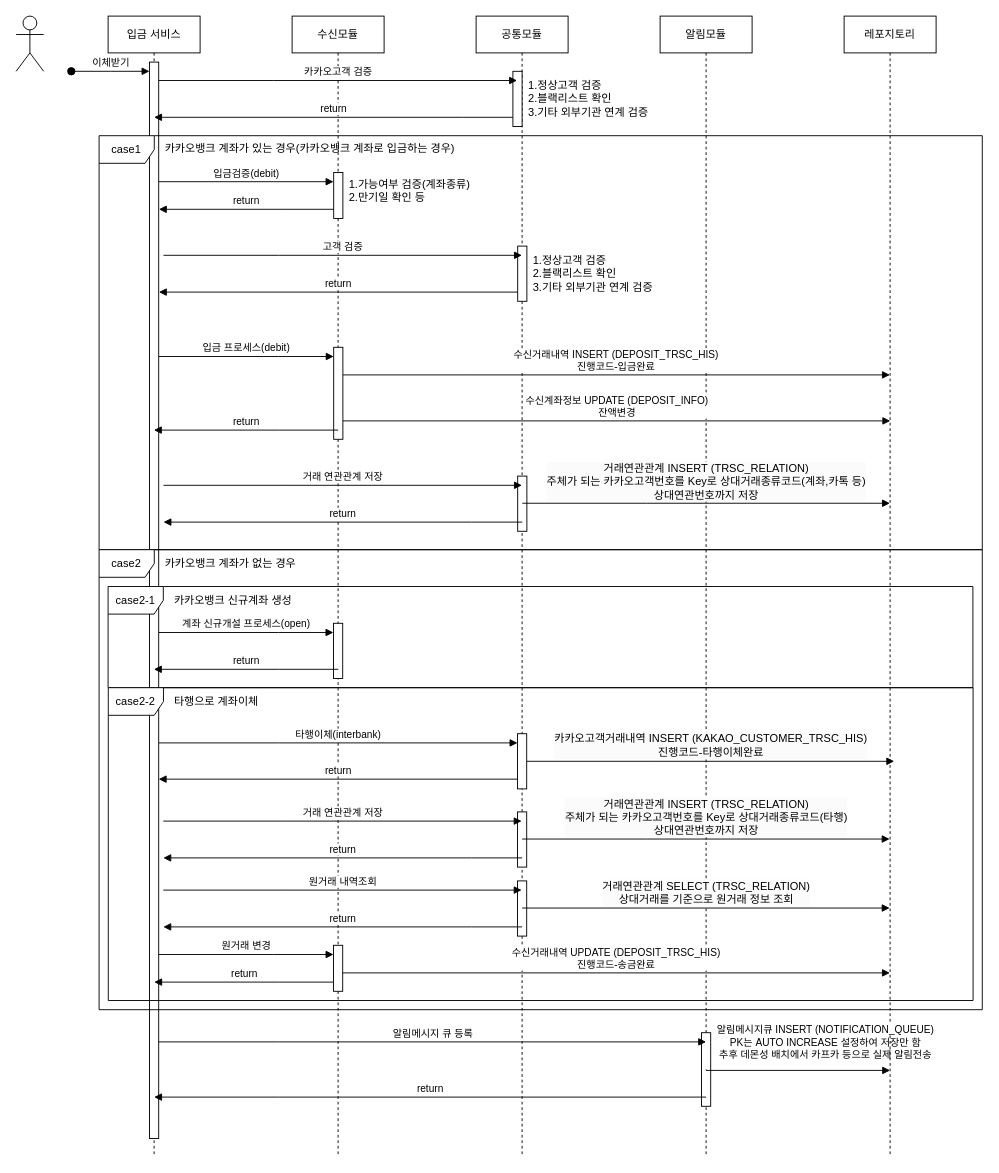
Above: src/main/resources/files/시퀀스다이어그램/이체받기프로세스.drawio in NohKeun/kakao (draw.io), before the change. Source tidied: cells renumbered, new cells numbered last; positions are measured from the earlier drawing's top-left corner, leaving out a move shared by most shapes. Both pictures are drawn from the tidied source at 92%, with x=0, y=0 at pixel (16, 16).
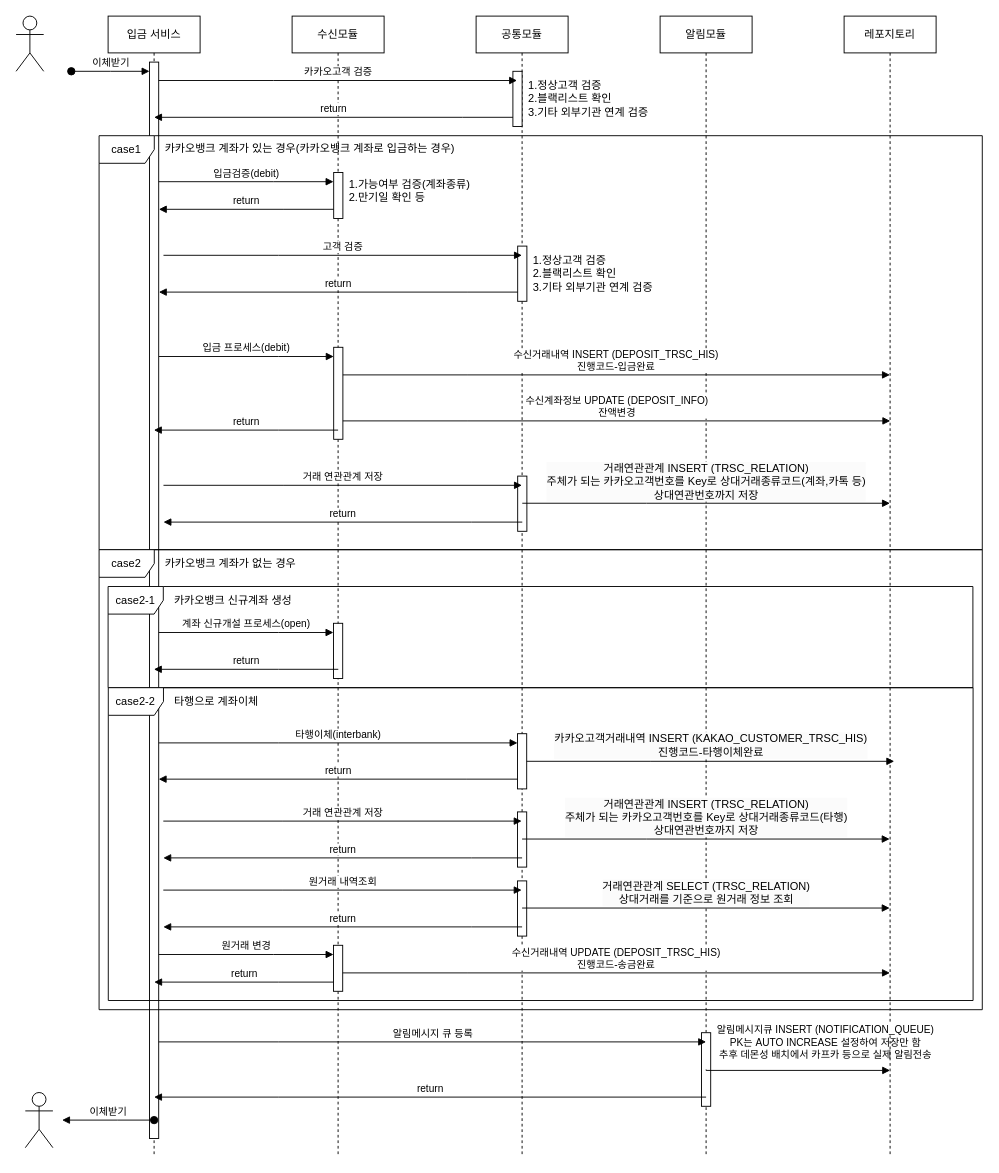
The same diagram, later.

Commit message (it also covers changes not shown here):
이체받기프로세스.drawio 업데이트

What changed in the source:
```diff
@@
+    <mxCell id="64" value="이체받기" style="html=1;verticalAlign=bottom;startArrow=oval;endArrow=block;startSize=8;edgeStyle=elbowEdgeStyle;elbow=vertical;curved=0;rounded=0;" parent="1" edge="1">
+      <mxGeometry relative="1" as="geometry">
+        <mxPoint x="150" y="1200" as="sourcePoint" />
+        <mxPoint x="50" y="1200" as="targetPoint" />
+        <Array as="points">
+          <mxPoint x="110" y="1200" />
+        </Array>
+      </mxGeometry>
+    </mxCell>
+    <mxCell id="65" style="shape=umlActor;verticalLabelPosition=bottom;verticalAlign=top;html=1;" parent="1" vertex="1">
+      <mxGeometry x="10" y="1170" width="30" height="60" as="geometry" />
+    </mxCell>
```
